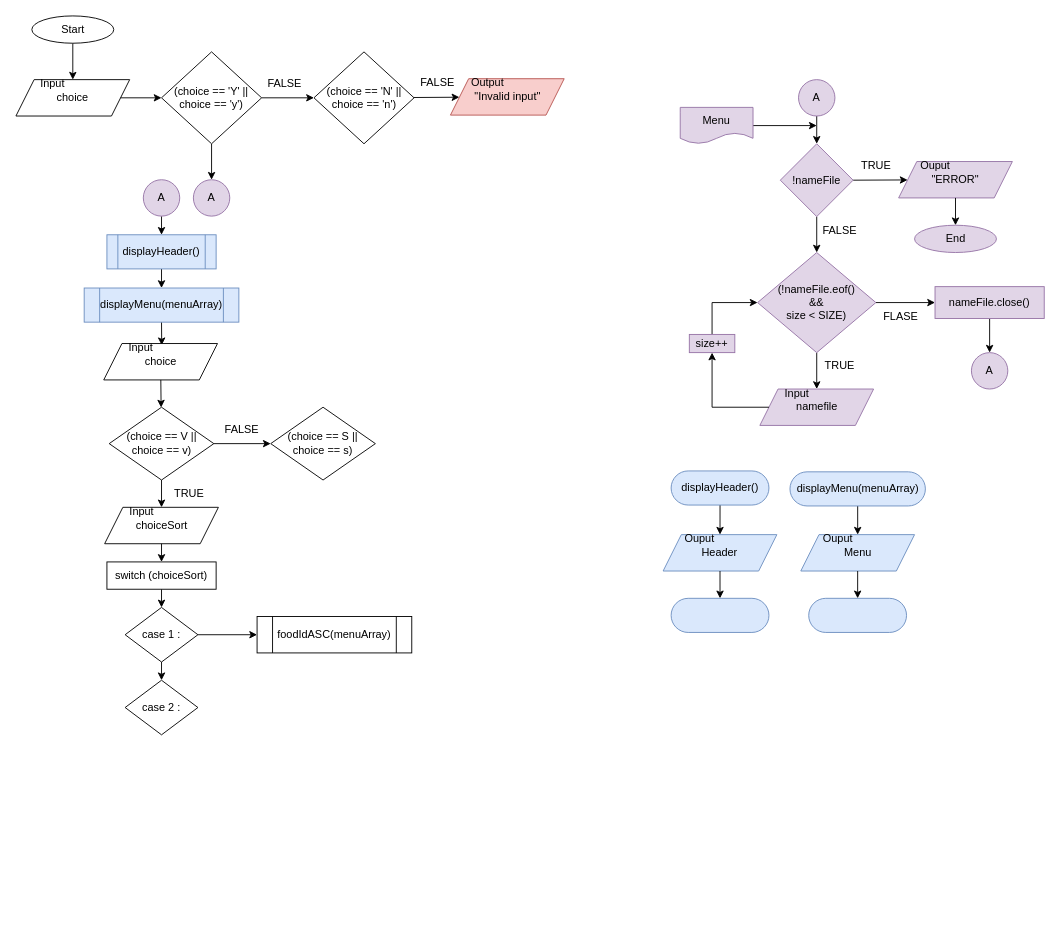
Before: page "Page-2" (2 of 3) of Submission/sec02/Tupperware/classDiagram.drawio in jjn7702/SECJ2013-DSA, a draw.io diagram. Source tidied: cells renumbered, new cells numbered last; positions are measured from the earlier drawing's top-left corner, leaving out a move shared by most shapes. Both pictures are drawn from the tidied source at 91%, with x=0, y=0 at pixel (15, 15).
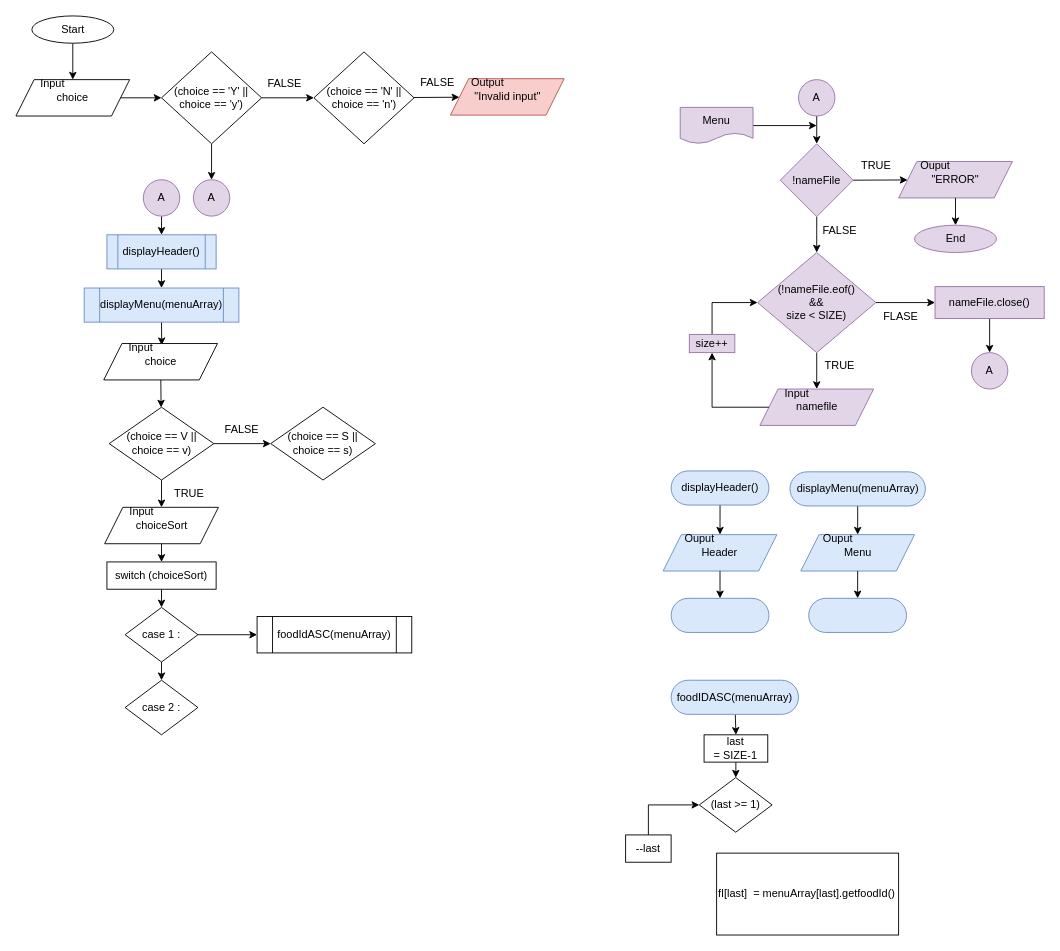
After the change.

Change to the diagram source:
```diff
@@
+    <mxCell id="88" style="edgeStyle=none;html=1;entryX=0.5;entryY=0;entryDx=0;entryDy=0;" parent="1" edge="1" source="89" target="92">
+      <mxGeometry relative="1" as="geometry" />
+    </mxCell>
+    <mxCell id="89" value="foodIDASC(menuArray)" style="rounded=1;whiteSpace=wrap;html=1;glass=0;labelBackgroundColor=none;fillColor=#dae8fc;arcSize=50;strokeColor=#6c8ebf;" parent="1" vertex="1">
+      <mxGeometry x="720" y="730" width="140" height="37.5" as="geometry" />
+    </mxCell>
+    <mxCell id="90" value="(last &amp;gt;= 1)" style="rhombus;whiteSpace=wrap;html=1;" parent="1" vertex="1">
+      <mxGeometry x="751" y="837" width="80" height="60" as="geometry" />
+    </mxCell>
+    <mxCell id="91" style="edgeStyle=none;html=1;" parent="1" edge="1" source="92" target="90">
+      <mxGeometry relative="1" as="geometry" />
+    </mxCell>
+    <mxCell id="92" value="last &lt;br&gt;= SIZE-1" style="whiteSpace=wrap;html=1;" parent="1" vertex="1">
+      <mxGeometry x="756.2" y="790" width="70" height="30" as="geometry" />
+    </mxCell>
+    <mxCell id="93" style="edgeStyle=none;html=1;entryX=0;entryY=0.5;entryDx=0;entryDy=0;rounded=0;" parent="1" edge="1" source="94" target="90">
+      <mxGeometry relative="1" as="geometry">
+        <Array as="points">
+          <mxPoint x="695" y="867" />
+        </Array>
+      </mxGeometry>
+    </mxCell>
+    <mxCell id="94" value="--last" style="whiteSpace=wrap;html=1;" parent="1" vertex="1">
+      <mxGeometry x="670" y="900" width="50" height="30" as="geometry" />
+    </mxCell>
+    <mxCell id="95" value="fI[last]&amp;nbsp; = menuArray[last].getfoodId()" style="whiteSpace=wrap;html=1;align=left;" parent="1" vertex="1">
+      <mxGeometry x="770" y="920" width="200" height="90" as="geometry" />
+    </mxCell>
```
